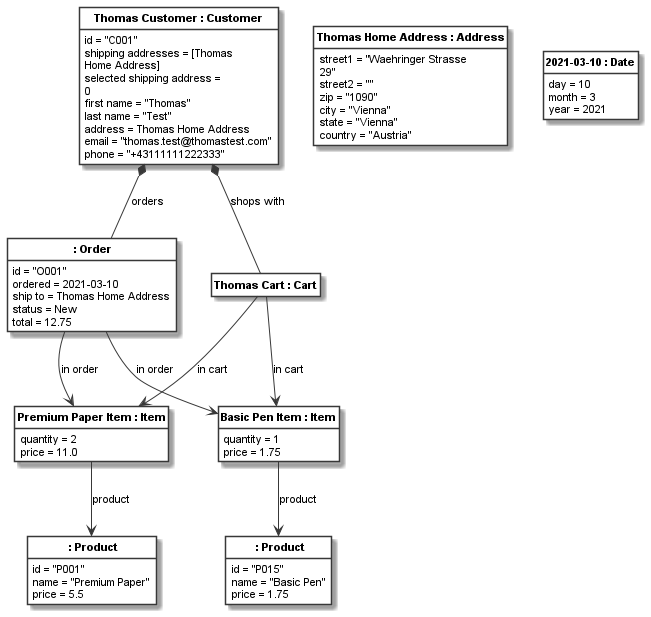
Above: docsrc/source/images/shopping_instance1_order_model.png in uzdun/CodeableModels (PlantUML), before the change.
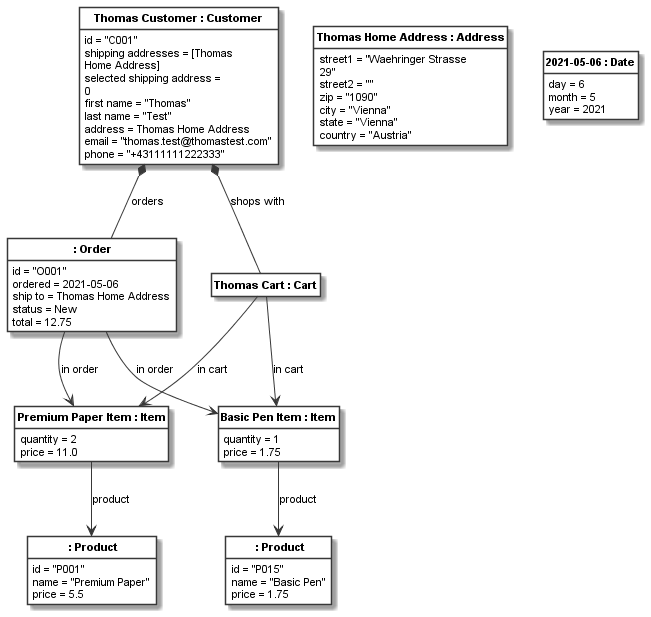
After the change.

The edit, as a diff of the source:
```diff
@@ -7,7 +7,7 @@
 skinparam defaultFontSize 11
 class "<b> : Order</b>" as __1_None {
 id = "O001"
-ordered = 2021-03-10
+ordered = 2021-05-06
 ship to = Thomas Home Address
 status = New
 total = 12.75
@@ -56,9 +56,9 @@
 country = "Austria"
 }
 
-class "<b>2021-03-10 : Date</b>" as __9_2021_03_10 {
-day = 10
-month = 3
+class "<b>2021-05-06 : Date</b>" as __9_2021_05_06 {
+day = 6
+month = 5
 year = 2021
 }
 
```
